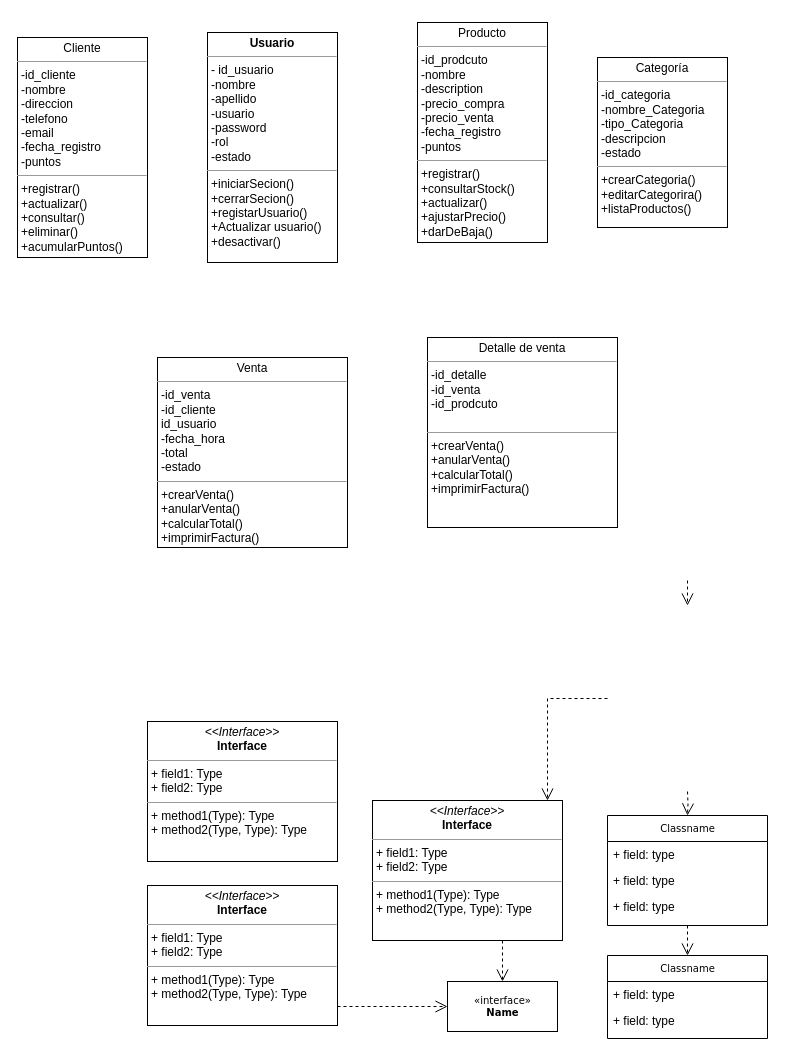
Before: Diagrama sin título.drawio in Pyrean12/tuto-VSCODE, a draw.io diagram. Source tidied: cells renumbered, new cells numbered last; positions are measured from the earlier drawing's top-left corner, leaving out a move shared by most shapes. Both pictures are drawn from the tidied source at 100%, with x=0, y=0 at pixel (17, 22).
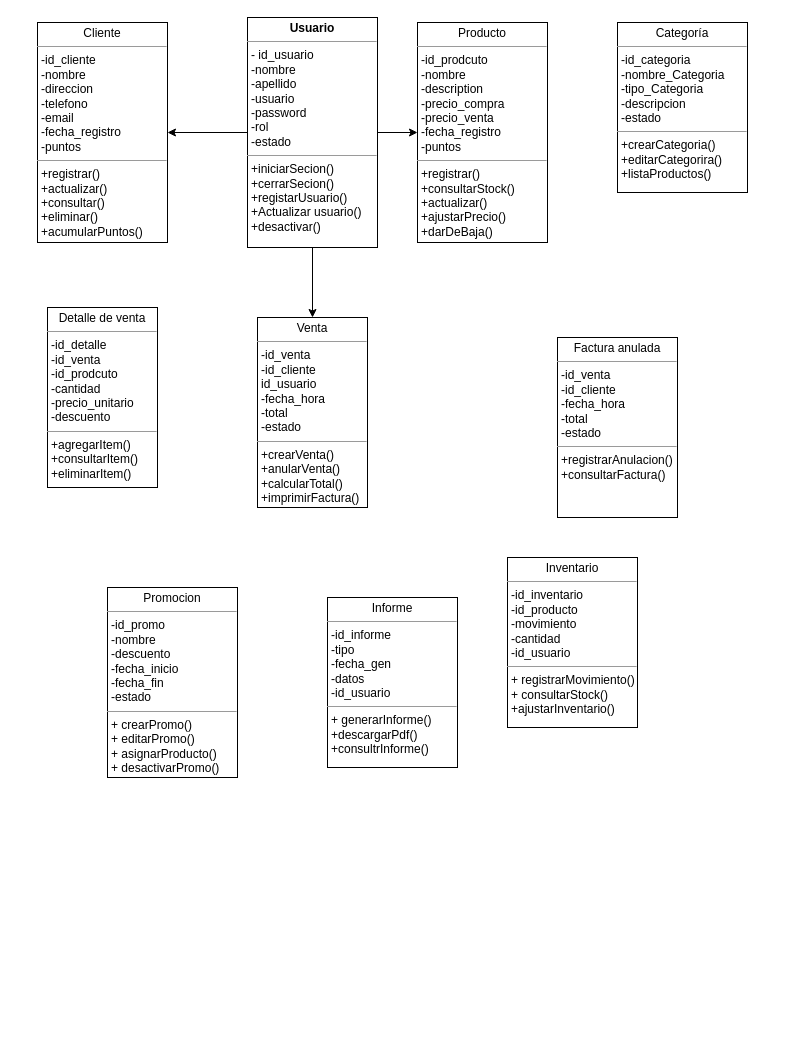
Above is the later version.

The change refers to these unchanged cells:
```xml
<mxCell id="22" value="&lt;p style=&quot;margin:0px;margin-top:4px;text-align:center;&quot;&gt;Producto&lt;/p&gt;&lt;hr size=&quot;1&quot;&gt;&lt;p style=&quot;margin:0px;margin-left:4px;&quot;&gt;-id_prodcuto&lt;/p&gt;&lt;p style=&quot;margin:0px;margin-left:4px;&quot;&gt;-nombre&lt;/p&gt;&lt;p style=&quot;margin:0px;margin-left:4px;&quot;&gt;-description&lt;/p&gt;&lt;p style=&quot;margin:0px;margin-left:4px;&quot;&gt;-precio_compra&lt;/p&gt;&lt;p style=&quot;margin:0px;margin-left:4px;&quot;&gt;-precio_venta&lt;/p&gt;&lt;p style=&quot;margin:0px;margin-left:4px;&quot;&gt;-fecha_registro&lt;/p&gt;&lt;p style=&quot;margin:0px;margin-left:4px;&quot;&gt;-puntos&lt;/p&gt;&lt;hr size=&quot;1&quot;&gt;&lt;p style=&quot;margin:0px;margin-left:4px;&quot;&gt;+registrar()&lt;/p&gt;&lt;p style=&quot;margin:0px;margin-left:4px;&quot;&gt;+consultarStock()&lt;/p&gt;&lt;p style=&quot;margin:0px;margin-left:4px;&quot;&gt;+actualizar()&lt;/p&gt;&lt;p style=&quot;margin:0px;margin-left:4px;&quot;&gt;+ajustarPrecio()&lt;/p&gt;&lt;p style=&quot;margin:0px;margin-left:4px;&quot;&gt;+darDeBaja()&lt;/p&gt;&lt;p style=&quot;margin:0px;margin-left:4px;&quot;&gt;&lt;br&gt;&lt;/p&gt;" style="verticalAlign=top;align=left;overflow=fill;fontSize=12;fontFamily=Helvetica;html=1;rounded=0;shadow=0;comic=0;labelBackgroundColor=none;strokeWidth=1;" parent="1" vertex="1">
  <mxGeometry x="400" width="130" height="220" as="geometry" />
</mxCell>
```

What changed in the source:
```diff
@@
-    <mxCell id="2" style="edgeStyle=orthogonalEdgeStyle;rounded=0;html=1;dashed=1;labelBackgroundColor=none;startFill=0;endArrow=open;endFill=0;endSize=10;fontFamily=Verdana;fontSize=10;" parent="1" edge="1" target="15">
-      <mxGeometry relative="1" as="geometry">
-        <mxPoint x="590" y="676" as="sourcePoint" />
-        <Array as="points">
-          <mxPoint x="530" y="676" />
-        </Array>
-      </mxGeometry>
-    </mxCell>
-    <mxCell id="3" style="edgeStyle=orthogonalEdgeStyle;rounded=0;html=1;dashed=1;labelBackgroundColor=none;startFill=0;endArrow=open;endFill=0;endSize=10;fontFamily=Verdana;fontSize=10;" parent="1" edge="1" target="8">
-      <mxGeometry relative="1" as="geometry">
-        <mxPoint x="670" y="769" as="sourcePoint" />
-      </mxGeometry>
-    </mxCell>
-    <mxCell id="4" value="Classname" style="swimlane;html=1;fontStyle=0;horizontal=1;startSize=26;fillColor=none;swimlaneFillColor=#ffffff;rounded=0;shadow=0;comic=0;labelBackgroundColor=none;strokeWidth=1;fontFamily=Verdana;fontSize=10;align=center;" parent="1" vertex="1">
-      <mxGeometry x="590" y="933" width="160" height="83" as="geometry" />
-    </mxCell>
-    <mxCell id="5" value="+ field: type" style="text;html=1;strokeColor=none;fillColor=none;align=left;verticalAlign=top;spacingLeft=4;spacingRight=4;whiteSpace=wrap;overflow=hidden;" parent="4" vertex="1">
-      <mxGeometry y="26" width="160" height="26" as="geometry" />
-    </mxCell>
-    <mxCell id="6" value="+ field: type" style="text;html=1;strokeColor=none;fillColor=none;align=left;verticalAlign=top;spacingLeft=4;spacingRight=4;whiteSpace=wrap;overflow=hidden;" parent="4" vertex="1">
-      <mxGeometry y="52" width="160" height="26" as="geometry" />
-    </mxCell>
-    <mxCell id="7" style="edgeStyle=orthogonalEdgeStyle;rounded=0;html=1;dashed=1;labelBackgroundColor=none;startFill=0;endArrow=open;endFill=0;endSize=10;fontFamily=Verdana;fontSize=10;" parent="1" edge="1" source="8" target="4">
-      <mxGeometry relative="1" as="geometry" />
-    </mxCell>
-    <mxCell id="8" value="Classname" style="swimlane;html=1;fontStyle=0;horizontal=1;startSize=26;fillColor=none;swimlaneFillColor=#ffffff;rounded=0;shadow=0;comic=0;labelBackgroundColor=none;strokeWidth=1;fontFamily=Verdana;fontSize=10;align=center;" parent="1" vertex="1">
-      <mxGeometry x="590" y="793" width="160" height="110" as="geometry" />
-    </mxCell>
-    <mxCell id="9" value="+ field: type" style="text;html=1;strokeColor=none;fillColor=none;align=left;verticalAlign=top;spacingLeft=4;spacingRight=4;whiteSpace=wrap;overflow=hidden;" parent="8" vertex="1">
-      <mxGeometry y="26" width="160" height="26" as="geometry" />
-    </mxCell>
-    <mxCell id="10" value="+ field: type" style="text;html=1;strokeColor=none;fillColor=none;align=left;verticalAlign=top;spacingLeft=4;spacingRight=4;whiteSpace=wrap;overflow=hidden;" parent="8" vertex="1">
-      <mxGeometry y="52" width="160" height="26" as="geometry" />
-    </mxCell>
-    <mxCell id="11" value="+ field: type" style="text;html=1;strokeColor=none;fillColor=none;align=left;verticalAlign=top;spacingLeft=4;spacingRight=4;whiteSpace=wrap;overflow=hidden;" parent="8" vertex="1">
-      <mxGeometry y="78" width="160" height="26" as="geometry" />
-    </mxCell>
-    <mxCell id="12" style="edgeStyle=orthogonalEdgeStyle;rounded=0;html=1;dashed=1;labelBackgroundColor=none;startFill=0;endArrow=open;endFill=0;endSize=10;fontFamily=Verdana;fontSize=10;" parent="1" edge="1">
-      <mxGeometry relative="1" as="geometry">
-        <mxPoint x="670" y="558" as="sourcePoint" />
-        <mxPoint x="670" y="583" as="targetPoint" />
-      </mxGeometry>
-    </mxCell>
-    <mxCell id="13" value="&amp;laquo;interface&amp;raquo;&lt;br&gt;&lt;b&gt;Name&lt;/b&gt;" style="html=1;rounded=0;shadow=0;comic=0;labelBackgroundColor=none;strokeWidth=1;fontFamily=Verdana;fontSize=10;align=center;" parent="1" vertex="1">
-      <mxGeometry x="430" y="959" width="110" height="50" as="geometry" />
-    </mxCell>
-    <mxCell id="14" style="edgeStyle=orthogonalEdgeStyle;rounded=0;html=1;dashed=1;labelBackgroundColor=none;startFill=0;endArrow=open;endFill=0;endSize=10;fontFamily=Verdana;fontSize=10;" parent="1" edge="1" source="15" target="13">
-      <mxGeometry relative="1" as="geometry">
-        <Array as="points">
-          <mxPoint x="485" y="925" />
-          <mxPoint x="485" y="925" />
-        </Array>
-      </mxGeometry>
-    </mxCell>
-    <mxCell id="15" value="&lt;p style=&quot;margin:0px;margin-top:4px;text-align:center;&quot;&gt;&lt;i&gt;&amp;lt;&amp;lt;Interface&amp;gt;&amp;gt;&lt;/i&gt;&lt;br/&gt;&lt;b&gt;Interface&lt;/b&gt;&lt;/p&gt;&lt;hr size=&quot;1&quot;/&gt;&lt;p style=&quot;margin:0px;margin-left:4px;&quot;&gt;+ field1: Type&lt;br/&gt;+ field2: Type&lt;/p&gt;&lt;hr size=&quot;1&quot;/&gt;&lt;p style=&quot;margin:0px;margin-left:4px;&quot;&gt;+ method1(Type): Type&lt;br/&gt;+ method2(Type, Type): Type&lt;/p&gt;" style="verticalAlign=top;align=left;overflow=fill;fontSize=12;fontFamily=Helvetica;html=1;rounded=0;shadow=0;comic=0;labelBackgroundColor=none;strokeWidth=1;" parent="1" vertex="1">
-      <mxGeometry x="355" y="778" width="190" height="140" as="geometry" />
-    </mxCell>
-    <mxCell id="16" style="edgeStyle=orthogonalEdgeStyle;rounded=0;html=1;dashed=1;labelBackgroundColor=none;startFill=0;endArrow=open;endFill=0;endSize=10;fontFamily=Verdana;fontSize=10;" parent="1" edge="1" source="17" target="13">
-      <mxGeometry relative="1" as="geometry">
-        <Array as="points">
-          <mxPoint x="350" y="984" />
-          <mxPoint x="350" y="984" />
-        </Array>
-      </mxGeometry>
-    </mxCell>
-    <mxCell id="17" value="&lt;p style=&quot;margin:0px;margin-top:4px;text-align:center;&quot;&gt;&lt;i&gt;&amp;lt;&amp;lt;Interface&amp;gt;&amp;gt;&lt;/i&gt;&lt;br/&gt;&lt;b&gt;Interface&lt;/b&gt;&lt;/p&gt;&lt;hr size=&quot;1&quot;/&gt;&lt;p style=&quot;margin:0px;margin-left:4px;&quot;&gt;+ field1: Type&lt;br/&gt;+ field2: Type&lt;/p&gt;&lt;hr size=&quot;1&quot;/&gt;&lt;p style=&quot;margin:0px;margin-left:4px;&quot;&gt;+ method1(Type): Type&lt;br/&gt;+ method2(Type, Type): Type&lt;/p&gt;" style="verticalAlign=top;align=left;overflow=fill;fontSize=12;fontFamily=Helvetica;html=1;rounded=0;shadow=0;comic=0;labelBackgroundColor=none;strokeWidth=1;" parent="1" vertex="1">
-      <mxGeometry x="130" y="863" width="190" height="140" as="geometry" />
-    </mxCell>
-    <mxCell id="18" value="&lt;p style=&quot;margin:0px;margin-top:4px;text-align:center;&quot;&gt;&lt;i&gt;&amp;lt;&amp;lt;Interface&amp;gt;&amp;gt;&lt;/i&gt;&lt;br/&gt;&lt;b&gt;Interface&lt;/b&gt;&lt;/p&gt;&lt;hr size=&quot;1&quot;/&gt;&lt;p style=&quot;margin:0px;margin-left:4px;&quot;&gt;+ field1: Type&lt;br/&gt;+ field2: Type&lt;/p&gt;&lt;hr size=&quot;1&quot;/&gt;&lt;p style=&quot;margin:0px;margin-left:4px;&quot;&gt;+ method1(Type): Type&lt;br/&gt;+ method2(Type, Type): Type&lt;/p&gt;" style="verticalAlign=top;align=left;overflow=fill;fontSize=12;fontFamily=Helvetica;html=1;rounded=0;shadow=0;comic=0;labelBackgroundColor=none;strokeWidth=1;" parent="1" vertex="1">
-      <mxGeometry x="130" y="699" width="190" height="140" as="geometry" />
+    <mxCell id="18" value="&lt;p style=&quot;margin:0px;margin-top:4px;text-align:center;&quot;&gt;Promocion&lt;/p&gt;&lt;hr size=&quot;1&quot;&gt;&lt;p style=&quot;margin:0px;margin-left:4px;&quot;&gt;-id_promo&lt;/p&gt;&lt;p style=&quot;margin:0px;margin-left:4px;&quot;&gt;-nombre&lt;/p&gt;&lt;p style=&quot;margin:0px;margin-left:4px;&quot;&gt;-descuento&lt;/p&gt;&lt;p style=&quot;margin:0px;margin-left:4px;&quot;&gt;-fecha_inicio&lt;/p&gt;&lt;p style=&quot;margin:0px;margin-left:4px;&quot;&gt;-fecha_fin&lt;/p&gt;&lt;p style=&quot;margin:0px;margin-left:4px;&quot;&gt;-estado&lt;/p&gt;&lt;hr size=&quot;1&quot;&gt;&lt;p style=&quot;margin:0px;margin-left:4px;&quot;&gt;+ crearPromo()&lt;/p&gt;&lt;p style=&quot;margin:0px;margin-left:4px;&quot;&gt;+ editarPromo()&lt;/p&gt;&lt;p style=&quot;margin:0px;margin-left:4px;&quot;&gt;+ asignarProducto()&lt;/p&gt;&lt;p style=&quot;margin:0px;margin-left:4px;&quot;&gt;+ desactivarPromo()&lt;/p&gt;" style="verticalAlign=top;align=left;overflow=fill;fontSize=12;fontFamily=Helvetica;html=1;rounded=0;shadow=0;comic=0;labelBackgroundColor=none;strokeWidth=1;" parent="1" vertex="1">
+      <mxGeometry x="90" y="565" width="130" height="190" as="geometry" />
     </mxCell>
+    <mxCell id="25" style="edgeStyle=orthogonalEdgeStyle;rounded=0;jettySize=auto;html=1;" parent="1" edge="1" source="19" target="20">
+      <mxGeometry relative="1" as="geometry" />
+    </mxCell>
+    <mxCell id="26" style="edgeStyle=orthogonalEdgeStyle;rounded=0;jettySize=auto;html=1;entryX=0;entryY=0.5;entryDx=0;entryDy=0;" parent="1" edge="1" source="19" target="22">
+      <mxGeometry relative="1" as="geometry" />
+    </mxCell>
+    <mxCell id="27" style="edgeStyle=orthogonalEdgeStyle;rounded=0;jettySize=auto;html=1;entryX=0.5;entryY=0;entryDx=0;entryDy=0;" parent="1" edge="1" source="19" target="21">
+      <mxGeometry relative="1" as="geometry" />
+    </mxCell>
     <mxCell id="19" value="&lt;p style=&quot;margin:0px;margin-top:4px;text-align:center;&quot;&gt;&lt;b&gt;Usuario&lt;/b&gt;&lt;/p&gt;&lt;hr size=&quot;1&quot;&gt;&lt;p style=&quot;margin:0px;margin-left:4px;&quot;&gt;- id_usuario&lt;/p&gt;&lt;p style=&quot;margin:0px;margin-left:4px;&quot;&gt;-nombre&lt;/p&gt;&lt;p style=&quot;margin:0px;margin-left:4px;&quot;&gt;-apellido&amp;nbsp;&lt;/p&gt;&lt;p style=&quot;margin:0px;margin-left:4px;&quot;&gt;-usuario&lt;/p&gt;&lt;p style=&quot;margin:0px;margin-left:4px;&quot;&gt;-password&lt;/p&gt;&lt;p style=&quot;margin:0px;margin-left:4px;&quot;&gt;-rol&lt;/p&gt;&lt;p style=&quot;margin:0px;margin-left:4px;&quot;&gt;-estado&lt;/p&gt;&lt;hr size=&quot;1&quot;&gt;&lt;p style=&quot;margin:0px;margin-left:4px;&quot;&gt;+iniciarSecion()&lt;/p&gt;&lt;p style=&quot;margin:0px;margin-left:4px;&quot;&gt;+cerrarSecion()&lt;/p&gt;&lt;p style=&quot;margin:0px;margin-left:4px;&quot;&gt;+registarUsuario()&lt;/p&gt;&lt;p style=&quot;margin:0px;margin-left:4px;&quot;&gt;+Actualizar usuario()&lt;/p&gt;&lt;p style=&quot;margin:0px;margin-left:4px;&quot;&gt;+desactivar()&lt;/p&gt;" style="verticalAlign=top;align=left;overflow=fill;fontSize=12;fontFamily=Helvetica;html=1;rounded=0;shadow=0;comic=0;labelBackgroundColor=none;strokeWidth=1;" parent="1" vertex="1">
-      <mxGeometry x="190" y="10" width="130" height="230" as="geometry" />
+      <mxGeometry x="230" y="-5" width="130" height="230" as="geometry" />
     </mxCell>
     <mxCell id="20" value="&lt;p style=&quot;margin:0px;margin-top:4px;text-align:center;&quot;&gt;Cliente&lt;/p&gt;&lt;hr size=&quot;1&quot;&gt;&lt;p style=&quot;margin:0px;margin-left:4px;&quot;&gt;-id_cliente&lt;/p&gt;&lt;p style=&quot;margin:0px;margin-left:4px;&quot;&gt;-nombre&lt;/p&gt;&lt;p style=&quot;margin:0px;margin-left:4px;&quot;&gt;-direccion&lt;/p&gt;&lt;p style=&quot;margin:0px;margin-left:4px;&quot;&gt;-telefono&lt;/p&gt;&lt;p style=&quot;margin:0px;margin-left:4px;&quot;&gt;-email&lt;/p&gt;&lt;p style=&quot;margin:0px;margin-left:4px;&quot;&gt;-fecha_registro&lt;/p&gt;&lt;p style=&quot;margin:0px;margin-left:4px;&quot;&gt;-puntos&lt;/p&gt;&lt;hr size=&quot;1&quot;&gt;&lt;p style=&quot;margin:0px;margin-left:4px;&quot;&gt;+registrar()&lt;/p&gt;&lt;p style=&quot;margin:0px;margin-left:4px;&quot;&gt;+actualizar()&lt;/p&gt;&lt;p style=&quot;margin:0px;margin-left:4px;&quot;&gt;+consultar()&lt;/p&gt;&lt;p style=&quot;margin:0px;margin-left:4px;&quot;&gt;+eliminar()&lt;/p&gt;&lt;p style=&quot;margin:0px;margin-left:4px;&quot;&gt;+acumularPuntos()&lt;/p&gt;" style="verticalAlign=top;align=left;overflow=fill;fontSize=12;fontFamily=Helvetica;html=1;rounded=0;shadow=0;comic=0;labelBackgroundColor=none;strokeWidth=1;" parent="1" vertex="1">
-      <mxGeometry y="15" width="130" height="220" as="geometry" />
+      <mxGeometry x="20" width="130" height="220" as="geometry" />
     </mxCell>
     <mxCell id="21" value="&lt;p style=&quot;margin:0px;margin-top:4px;text-align:center;&quot;&gt;Venta&lt;/p&gt;&lt;hr size=&quot;1&quot;&gt;&lt;p style=&quot;margin:0px;margin-left:4px;&quot;&gt;-id_venta&lt;/p&gt;&lt;p style=&quot;margin:0px;margin-left:4px;&quot;&gt;-id_cliente&lt;/p&gt;&lt;p style=&quot;margin:0px;margin-left:4px;&quot;&gt;id_usuario&lt;/p&gt;&lt;p style=&quot;margin:0px;margin-left:4px;&quot;&gt;-fecha_hora&lt;/p&gt;&lt;p style=&quot;margin:0px;margin-left:4px;&quot;&gt;-total&lt;/p&gt;&lt;p style=&quot;margin:0px;margin-left:4px;&quot;&gt;-estado&lt;/p&gt;&lt;hr size=&quot;1&quot;&gt;&lt;p style=&quot;margin:0px;margin-left:4px;&quot;&gt;+crearVenta()&lt;/p&gt;&lt;p style=&quot;margin:0px;margin-left:4px;&quot;&gt;+anularVenta()&lt;/p&gt;&lt;p style=&quot;margin:0px;margin-left:4px;&quot;&gt;+calcularTotal()&lt;/p&gt;&lt;p style=&quot;margin:0px;margin-left:4px;&quot;&gt;+imprimirFactura()&lt;/p&gt;" style="verticalAlign=top;align=left;overflow=fill;fontSize=12;fontFamily=Helvetica;html=1;rounded=0;shadow=0;comic=0;labelBackgroundColor=none;strokeWidth=1;" parent="1" vertex="1">
-      <mxGeometry x="140" y="335" width="190" height="190" as="geometry" />
+      <mxGeometry x="240" y="295" width="110" height="190" as="geometry" />
     </mxCell>
@@
     <mxCell id="23" value="&lt;p style=&quot;margin:0px;margin-top:4px;text-align:center;&quot;&gt;Categoría&lt;/p&gt;&lt;hr size=&quot;1&quot;&gt;&lt;p style=&quot;margin:0px;margin-left:4px;&quot;&gt;-id_categoria&lt;br&gt;&lt;/p&gt;&lt;p style=&quot;margin:0px;margin-left:4px;&quot;&gt;-nombre_Categoria&lt;/p&gt;&lt;p style=&quot;margin:0px;margin-left:4px;&quot;&gt;-tipo_Categoria&lt;/p&gt;&lt;p style=&quot;margin:0px;margin-left:4px;&quot;&gt;-descripcion&lt;/p&gt;&lt;p style=&quot;margin:0px;margin-left:4px;&quot;&gt;-estado&lt;/p&gt;&lt;hr size=&quot;1&quot;&gt;&lt;p style=&quot;margin:0px;margin-left:4px;&quot;&gt;+crearCategoria()&lt;/p&gt;&lt;p style=&quot;margin:0px;margin-left:4px;&quot;&gt;+editarCategorira()&lt;/p&gt;&lt;p style=&quot;margin:0px;margin-left:4px;&quot;&gt;+listaProductos()&lt;/p&gt;" style="verticalAlign=top;align=left;overflow=fill;fontSize=12;fontFamily=Helvetica;html=1;rounded=0;shadow=0;comic=0;labelBackgroundColor=none;strokeWidth=1;" parent="1" vertex="1">
-      <mxGeometry x="580" y="35" width="130" height="170" as="geometry" />
+      <mxGeometry x="600" width="130" height="170" as="geometry" />
     </mxCell>
-    <mxCell id="24" value="&lt;p style=&quot;margin:0px;margin-top:4px;text-align:center;&quot;&gt;Detalle de venta&lt;/p&gt;&lt;hr size=&quot;1&quot;&gt;&lt;p style=&quot;margin:0px;margin-left:4px;&quot;&gt;-id_detalle&lt;/p&gt;&lt;p style=&quot;margin:0px;margin-left:4px;&quot;&gt;-id_venta&lt;/p&gt;&lt;p style=&quot;margin:0px;margin-left:4px;&quot;&gt;-id_prodcuto&lt;/p&gt;&lt;p style=&quot;margin:0px;margin-left:4px;&quot;&gt;&lt;br&gt;&lt;/p&gt;&lt;hr size=&quot;1&quot;&gt;&lt;p style=&quot;margin:0px;margin-left:4px;&quot;&gt;+crearVenta()&lt;/p&gt;&lt;p style=&quot;margin:0px;margin-left:4px;&quot;&gt;+anularVenta()&lt;/p&gt;&lt;p style=&quot;margin:0px;margin-left:4px;&quot;&gt;+calcularTotal()&lt;/p&gt;&lt;p style=&quot;margin:0px;margin-left:4px;&quot;&gt;+imprimirFactura()&lt;/p&gt;" style="verticalAlign=top;align=left;overflow=fill;fontSize=12;fontFamily=Helvetica;html=1;rounded=0;shadow=0;comic=0;labelBackgroundColor=none;strokeWidth=1;" parent="1" vertex="1">
-      <mxGeometry x="410" y="315" width="190" height="190" as="geometry" />
+    <mxCell id="24" value="&lt;p style=&quot;margin:0px;margin-top:4px;text-align:center;&quot;&gt;Detalle de venta&lt;/p&gt;&lt;hr size=&quot;1&quot;&gt;&lt;p style=&quot;margin:0px;margin-left:4px;&quot;&gt;-id_detalle&lt;/p&gt;&lt;p style=&quot;margin:0px;margin-left:4px;&quot;&gt;-id_venta&lt;/p&gt;&lt;p style=&quot;margin:0px;margin-left:4px;&quot;&gt;-id_prodcuto&lt;/p&gt;&lt;p style=&quot;margin:0px;margin-left:4px;&quot;&gt;-cantidad&lt;/p&gt;&lt;p style=&quot;margin:0px;margin-left:4px;&quot;&gt;-precio_unitario&lt;/p&gt;&lt;p style=&quot;margin:0px;margin-left:4px;&quot;&gt;-descuento&lt;/p&gt;&lt;hr size=&quot;1&quot;&gt;&lt;p style=&quot;margin:0px;margin-left:4px;&quot;&gt;+agregarItem()&lt;/p&gt;&lt;p style=&quot;margin:0px;margin-left:4px;&quot;&gt;+consultarItem()&lt;/p&gt;&lt;p style=&quot;margin:0px;margin-left:4px;&quot;&gt;+eliminarItem()&lt;/p&gt;" style="verticalAlign=top;align=left;overflow=fill;fontSize=12;fontFamily=Helvetica;html=1;rounded=0;shadow=0;comic=0;labelBackgroundColor=none;strokeWidth=1;" parent="1" vertex="1">
+      <mxGeometry x="30" y="285" width="110" height="180" as="geometry" />
     </mxCell>
+    <mxCell id="28" value="&lt;p style=&quot;margin:0px;margin-top:4px;text-align:center;&quot;&gt;Factura anulada&lt;/p&gt;&lt;hr size=&quot;1&quot;&gt;&lt;p style=&quot;margin:0px;margin-left:4px;&quot;&gt;-id_venta&lt;/p&gt;&lt;p style=&quot;margin:0px;margin-left:4px;&quot;&gt;-id_cliente&lt;/p&gt;&lt;p style=&quot;margin:0px;margin-left:4px;&quot;&gt;-fecha_hora&lt;/p&gt;&lt;p style=&quot;margin:0px;margin-left:4px;&quot;&gt;-total&lt;/p&gt;&lt;p style=&quot;margin:0px;margin-left:4px;&quot;&gt;-estado&lt;/p&gt;&lt;hr size=&quot;1&quot;&gt;&lt;p style=&quot;margin:0px;margin-left:4px;&quot;&gt;+registrarAnulacion()&lt;/p&gt;&lt;p style=&quot;margin:0px;margin-left:4px;&quot;&gt;+consultarFactura()&lt;/p&gt;" style="verticalAlign=top;align=left;overflow=fill;fontSize=12;fontFamily=Helvetica;html=1;rounded=0;shadow=0;comic=0;labelBackgroundColor=none;strokeWidth=1;" parent="1" vertex="1">
+      <mxGeometry x="540" y="315" width="120" height="180" as="geometry" />
+    </mxCell>
+    <mxCell id="29" value="&lt;p style=&quot;margin:0px;margin-top:4px;text-align:center;&quot;&gt;Informe&lt;/p&gt;&lt;hr size=&quot;1&quot;&gt;&lt;p style=&quot;margin:0px;margin-left:4px;&quot;&gt;-id_informe&lt;/p&gt;&lt;p style=&quot;margin:0px;margin-left:4px;&quot;&gt;-tipo&lt;/p&gt;&lt;p style=&quot;margin:0px;margin-left:4px;&quot;&gt;-fecha_gen&lt;/p&gt;&lt;p style=&quot;margin:0px;margin-left:4px;&quot;&gt;-datos&lt;/p&gt;&lt;p style=&quot;margin:0px;margin-left:4px;&quot;&gt;-id_usuario&lt;/p&gt;&lt;hr size=&quot;1&quot;&gt;&lt;p style=&quot;margin:0px;margin-left:4px;&quot;&gt;+ generarInforme()&lt;br&gt;&lt;/p&gt;&lt;p style=&quot;margin:0px;margin-left:4px;&quot;&gt;+descargarPdf()&lt;/p&gt;&lt;p style=&quot;margin:0px;margin-left:4px;&quot;&gt;+consultrInforme()&lt;/p&gt;" style="verticalAlign=top;align=left;overflow=fill;fontSize=12;fontFamily=Helvetica;html=1;rounded=0;shadow=0;comic=0;labelBackgroundColor=none;strokeWidth=1;" parent="1" vertex="1">
+      <mxGeometry x="310" y="575" width="130" height="170" as="geometry" />
+    </mxCell>
+    <mxCell id="30" value="&lt;p style=&quot;margin:0px;margin-top:4px;text-align:center;&quot;&gt;Inventario&lt;/p&gt;&lt;hr size=&quot;1&quot;&gt;&lt;p style=&quot;margin:0px;margin-left:4px;&quot;&gt;-id_inventario&lt;br&gt;&lt;/p&gt;&lt;p style=&quot;margin:0px;margin-left:4px;&quot;&gt;-id_producto&lt;/p&gt;&lt;p style=&quot;margin:0px;margin-left:4px;&quot;&gt;-movimiento&lt;/p&gt;&lt;p style=&quot;margin:0px;margin-left:4px;&quot;&gt;-cantidad&lt;/p&gt;&lt;p style=&quot;margin:0px;margin-left:4px;&quot;&gt;-id_usuario&lt;/p&gt;&lt;hr size=&quot;1&quot;&gt;&lt;p style=&quot;margin:0px;margin-left:4px;&quot;&gt;+ registrarMovimiento()&lt;/p&gt;&lt;p style=&quot;margin:0px;margin-left:4px;&quot;&gt;+ consultarStock()&lt;/p&gt;&lt;p style=&quot;margin:0px;margin-left:4px;&quot;&gt;+ajustarInventario()&lt;/p&gt;" style="verticalAlign=top;align=left;overflow=fill;fontSize=12;fontFamily=Helvetica;html=1;rounded=0;shadow=0;comic=0;labelBackgroundColor=none;strokeWidth=1;" parent="1" vertex="1">
+      <mxGeometry x="490" y="535" width="130" height="170" as="geometry" />
+    </mxCell>
```
